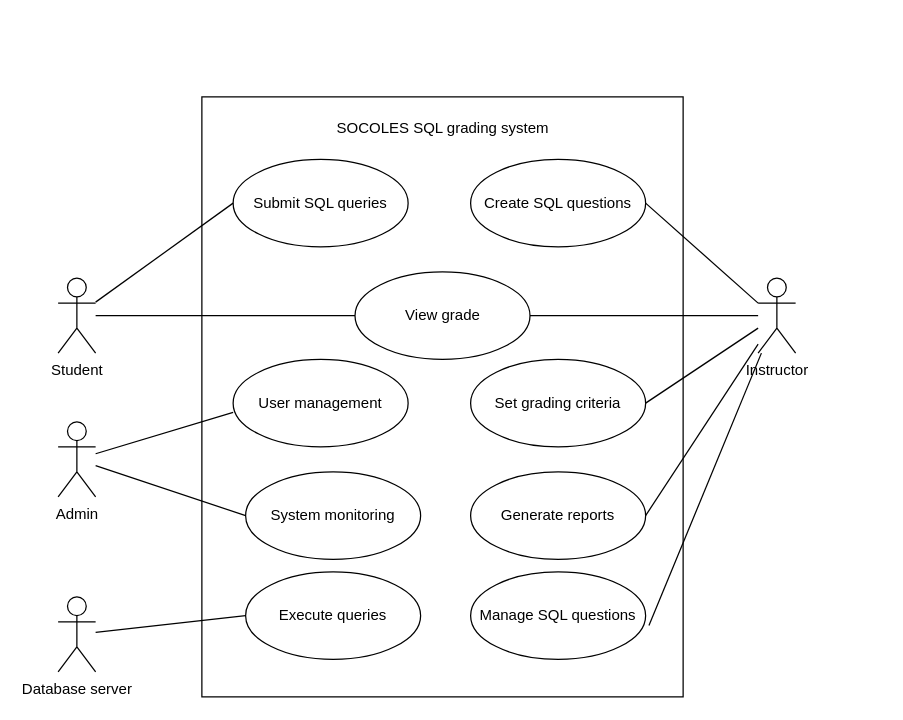
The draw.io diagram page "use_case_diagram" (1 of 11) of uml.drawio in berniegach/uml_socoles, before the edit. Source tidied: cells renumbered, new cells numbered last; positions are measured from the earlier drawing's top-left corner, leaving out a move shared by most shapes. Both pictures are drawn from the tidied source at 125%, with x=0, y=0 at pixel (58, 96).
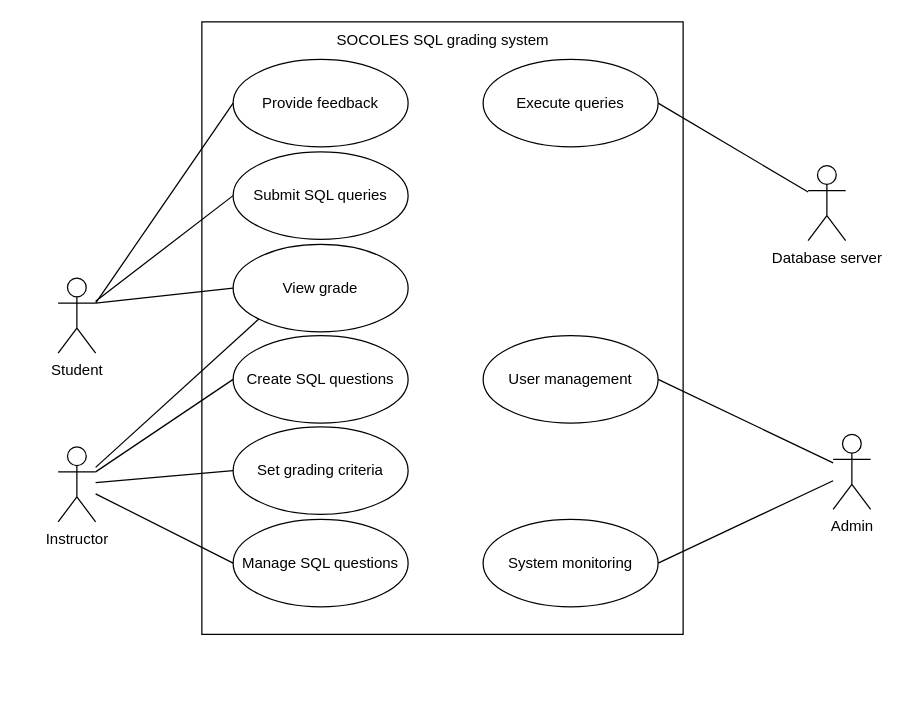
The same diagram, later.

Unchanged cells that the change refers to:
```xml
<mxCell id="3" value="Student" style="shape=umlActor;verticalLabelPosition=bottom;verticalAlign=top;html=1;" parent="1" vertex="1">
  <mxGeometry y="145" width="30" height="60" as="geometry" />
</mxCell>
```

Diff of the diagram source:
```diff
@@
     <mxCell id="2" style="rounded=0;whiteSpace=wrap;html=1;fillColor=none;" parent="1" vertex="1">
-      <mxGeometry x="115" width="385" height="480" as="geometry" />
+      <mxGeometry x="115" y="-60" width="385" height="490" as="geometry" />
     </mxCell>
@@
     <mxCell id="4" value="Submit SQL queries" style="ellipse;whiteSpace=wrap;html=1;" parent="1" vertex="1">
-      <mxGeometry x="140" y="50" width="140" height="70" as="geometry" />
+      <mxGeometry x="140" y="44" width="140" height="70" as="geometry" />
     </mxCell>
     <mxCell id="5" value="View grade" style="ellipse;whiteSpace=wrap;html=1;" parent="1" vertex="1">
-      <mxGeometry x="237.5" y="140" width="140" height="70" as="geometry" />
+      <mxGeometry x="140" y="118" width="140" height="70" as="geometry" />
     </mxCell>
@@
     <mxCell id="7" value="Instructor" style="shape=umlActor;verticalLabelPosition=bottom;verticalAlign=top;html=1;" parent="1" vertex="1">
-      <mxGeometry x="560" y="145" width="30" height="60" as="geometry" />
+      <mxGeometry y="280" width="30" height="60" as="geometry" />
     </mxCell>
-    <mxCell id="8" style="endArrow=none;html=1;rounded=0;entryX=0;entryY=0.5;entryDx=0;entryDy=0;" parent="1" edge="1" source="3" target="5">
+    <mxCell id="8" style="endArrow=none;html=1;rounded=0;entryX=0;entryY=0.5;entryDx=0;entryDy=0;exitX=1;exitY=0.3333333333333333;exitDx=0;exitDy=0;exitPerimeter=0;" parent="1" edge="1" source="3" target="5">
       <mxGeometry relative="1" as="geometry" />
     </mxCell>
-    <mxCell id="9" style="endArrow=none;html=1;rounded=0;exitX=1;exitY=0.5;exitDx=0;exitDy=0;" parent="1" edge="1" source="5" target="7">
+    <mxCell id="9" style="endArrow=none;html=1;rounded=0;exitX=0;exitY=1;exitDx=0;exitDy=0;" parent="1" edge="1" source="5" target="7">
       <mxGeometry relative="1" as="geometry" />
     </mxCell>
     <mxCell id="10" value="Create SQL questions" style="ellipse;whiteSpace=wrap;html=1;" parent="1" vertex="1">
-      <mxGeometry x="330" y="50" width="140" height="70" as="geometry" />
+      <mxGeometry x="140" y="191" width="140" height="70" as="geometry" />
     </mxCell>
     <mxCell id="11" value="Admin" style="shape=umlActor;verticalLabelPosition=bottom;verticalAlign=top;html=1;" parent="1" vertex="1">
-      <mxGeometry y="260" width="30" height="60" as="geometry" />
+      <mxGeometry x="620" y="270" width="30" height="60" as="geometry" />
     </mxCell>
     <mxCell id="12" value="Database server" style="shape=umlActor;verticalLabelPosition=bottom;verticalAlign=top;html=1;" parent="1" vertex="1">
-      <mxGeometry y="400" width="30" height="60" as="geometry" />
+      <mxGeometry x="600" y="55" width="30" height="60" as="geometry" />
     </mxCell>
     <mxCell id="13" value="Manage SQL questions" style="ellipse;whiteSpace=wrap;html=1;" parent="1" vertex="1">
-      <mxGeometry x="330" y="380" width="140" height="70" as="geometry" />
+      <mxGeometry x="140" y="338" width="140" height="70" as="geometry" />
     </mxCell>
     <mxCell id="14" value="Set grading criteria" style="ellipse;whiteSpace=wrap;html=1;" parent="1" vertex="1">
-      <mxGeometry x="330" y="210" width="140" height="70" as="geometry" />
+      <mxGeometry x="140" y="264" width="140" height="70" as="geometry" />
     </mxCell>
     <mxCell id="15" value="User management" style="ellipse;whiteSpace=wrap;html=1;" parent="1" vertex="1">
-      <mxGeometry x="140" y="210" width="140" height="70" as="geometry" />
+      <mxGeometry x="340" y="191" width="140" height="70" as="geometry" />
     </mxCell>
     <mxCell id="16" value="System monitoring" style="ellipse;whiteSpace=wrap;html=1;" parent="1" vertex="1">
-      <mxGeometry x="150" y="300" width="140" height="70" as="geometry" />
+      <mxGeometry x="340" y="338" width="140" height="70" as="geometry" />
     </mxCell>
     <mxCell id="17" value="Execute queries" style="ellipse;whiteSpace=wrap;html=1;" parent="1" vertex="1">
-      <mxGeometry x="150" y="380" width="140" height="70" as="geometry" />
+      <mxGeometry x="340" y="-30" width="140" height="70" as="geometry" />
     </mxCell>
-    <mxCell id="18" value="Generate reports" style="ellipse;whiteSpace=wrap;html=1;" parent="1" vertex="1">
-      <mxGeometry x="330" y="300" width="140" height="70" as="geometry" />
-    </mxCell>
-    <mxCell id="19" style="endArrow=none;html=1;rounded=0;exitX=1;exitY=0.5;exitDx=0;exitDy=0;" parent="1" edge="1" source="18" target="7">
-      <mxGeometry relative="1" as="geometry" />
-    </mxCell>
-    <mxCell id="20" style="endArrow=none;html=1;rounded=0;exitX=1;exitY=0.5;exitDx=0;exitDy=0;entryX=0;entryY=0.3333333333333333;entryDx=0;entryDy=0;entryPerimeter=0;" parent="1" edge="1" source="10" target="7">
+    <mxCell id="20" style="endArrow=none;html=1;rounded=0;exitX=0;exitY=0.5;exitDx=0;exitDy=0;entryX=1;entryY=0.3333333333333333;entryDx=0;entryDy=0;entryPerimeter=0;" parent="1" edge="1" source="10" target="7">
       <mxGeometry relative="1" as="geometry" />
     </mxCell>
-    <mxCell id="21" style="endArrow=none;html=1;rounded=0;exitX=1.019;exitY=0.614;exitDx=0;exitDy=0;exitPerimeter=0;" parent="1" edge="1" source="13" target="7">
+    <mxCell id="21" style="endArrow=none;html=1;rounded=0;exitX=0;exitY=0.5;exitDx=0;exitDy=0;" parent="1" edge="1" source="13" target="7">
       <mxGeometry relative="1" as="geometry" />
     </mxCell>
-    <mxCell id="22" style="endArrow=none;html=1;rounded=0;exitX=1;exitY=0.5;exitDx=0;exitDy=0;" parent="1" edge="1" source="14" target="7">
+    <mxCell id="22" style="endArrow=none;html=1;rounded=0;exitX=0;exitY=0.5;exitDx=0;exitDy=0;" parent="1" edge="1" source="14" target="7">
       <mxGeometry relative="1" as="geometry" />
     </mxCell>
-    <mxCell id="23" style="endArrow=none;html=1;rounded=0;exitX=0;exitY=0.605;exitDx=0;exitDy=0;exitPerimeter=0;" parent="1" edge="1" source="15" target="11">
+    <mxCell id="23" style="endArrow=none;html=1;rounded=0;exitX=1;exitY=0.5;exitDx=0;exitDy=0;" parent="1" edge="1" source="15" target="11">
       <mxGeometry relative="1" as="geometry" />
     </mxCell>
-    <mxCell id="24" style="endArrow=none;html=1;rounded=0;entryX=0;entryY=0.5;entryDx=0;entryDy=0;" parent="1" edge="1" source="11" target="16">
+    <mxCell id="24" style="endArrow=none;html=1;rounded=0;entryX=1;entryY=0.5;entryDx=0;entryDy=0;" parent="1" edge="1" source="11" target="16">
       <mxGeometry relative="1" as="geometry" />
     </mxCell>
-    <mxCell id="25" style="endArrow=none;html=1;rounded=0;exitX=0;exitY=0.5;exitDx=0;exitDy=0;" parent="1" edge="1" source="17" target="12">
+    <mxCell id="25" style="endArrow=none;html=1;rounded=0;exitX=1;exitY=0.5;exitDx=0;exitDy=0;" parent="1" edge="1" source="17" target="12">
       <mxGeometry relative="1" as="geometry" />
     </mxCell>
     <mxCell id="26" value="SOCOLES SQL grading system" style="text;html=1;strokeColor=none;fillColor=none;align=center;verticalAlign=middle;whiteSpace=wrap;rounded=0;" parent="1" vertex="1">
-      <mxGeometry x="207.5" y="10" width="200" height="30" as="geometry" />
+      <mxGeometry x="207.5" y="-60" width="200" height="30" as="geometry" />
     </mxCell>
+    <mxCell id="27" value="Provide feedback" style="ellipse;whiteSpace=wrap;html=1;" parent="1" vertex="1">
+      <mxGeometry x="140" y="-30" width="140" height="70" as="geometry" />
+    </mxCell>
+    <mxCell id="28" style="endArrow=none;html=1;rounded=0;entryX=0;entryY=0.5;entryDx=0;entryDy=0;exitX=1;exitY=0.3333333333333333;exitDx=0;exitDy=0;exitPerimeter=0;" parent="1" edge="1" source="3" target="27">
+      <mxGeometry relative="1" as="geometry" />
+    </mxCell>
```
